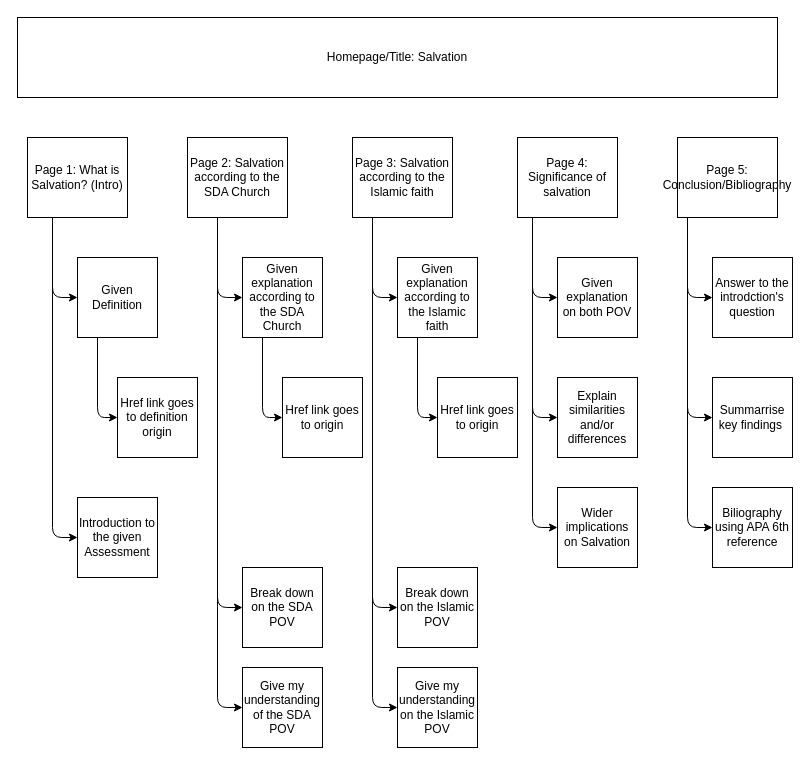
This is sitemap.drawio from Maori-boi/test-website, a draw.io file, before an edit. Source tidied: cells renumbered, new cells numbered last; positions are measured from the earlier drawing's top-left corner, leaving out a move shared by most shapes. Both pictures are drawn from the tidied source at 100%, with x=0, y=0 at pixel (17, 17).
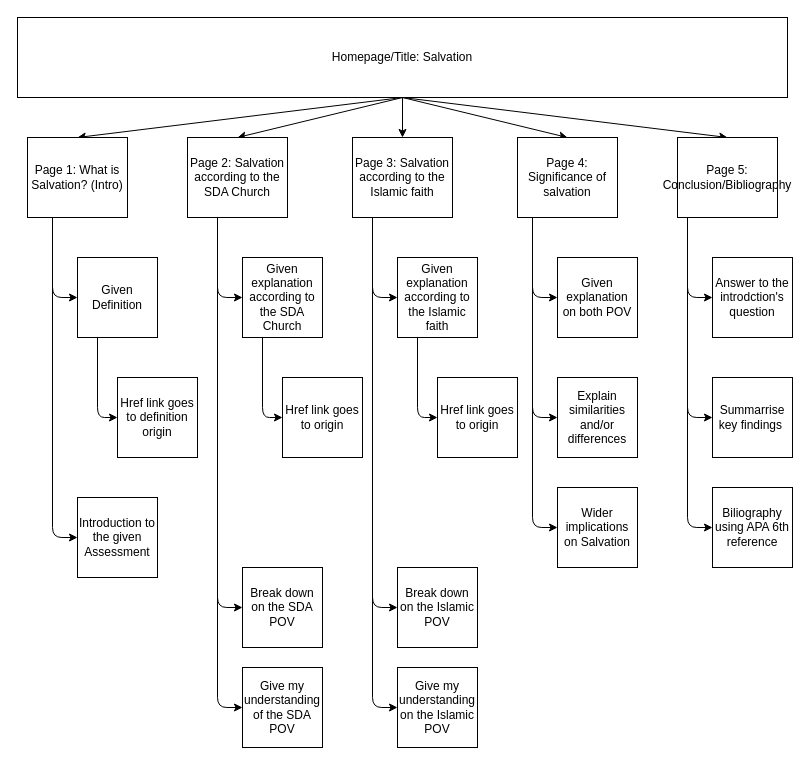
The same diagram, later.

The change refers to these unchanged cells:
```xml
<mxCell id="5" value="Page 1: What is Salvation? (Intro)" style="whiteSpace=wrap;html=1;" parent="1" vertex="1">
  <mxGeometry x="10" y="120" width="100" height="80" as="geometry" />
</mxCell>
<mxCell id="6" value="Page 4: Significance of salvation" style="whiteSpace=wrap;html=1;" parent="1" vertex="1">
  <mxGeometry x="500" y="120" width="100" height="80" as="geometry" />
</mxCell>
<mxCell id="7" value="Page 3: Salvation according to the Islamic faith" style="whiteSpace=wrap;html=1;" parent="1" vertex="1">
  <mxGeometry x="335" y="120" width="100" height="80" as="geometry" />
</mxCell>
<mxCell id="8" value="Page 2: Salvation according to the SDA Church" style="whiteSpace=wrap;html=1;" parent="1" vertex="1">
  <mxGeometry x="170" y="120" width="100" height="80" as="geometry" />
</mxCell>
<mxCell id="9" value="Page 5: Conclusion/Bibliography" style="whiteSpace=wrap;html=1;" parent="1" vertex="1">
  <mxGeometry x="660" y="120" width="100" height="80" as="geometry" />
</mxCell>
```

Change to the diagram source:
```diff
@@
+    <mxCell id="42" style="edgeStyle=none;html=1;exitX=0.5;exitY=1;exitDx=0;exitDy=0;entryX=0.5;entryY=0;entryDx=0;entryDy=0;" parent="1" edge="1" source="2" target="5">
+      <mxGeometry relative="1" as="geometry" />
+    </mxCell>
+    <mxCell id="43" style="edgeStyle=none;html=1;exitX=0.5;exitY=1;exitDx=0;exitDy=0;entryX=0.5;entryY=0;entryDx=0;entryDy=0;" parent="1" edge="1" source="2" target="8">
+      <mxGeometry relative="1" as="geometry" />
+    </mxCell>
+    <mxCell id="44" style="edgeStyle=none;html=1;exitX=0.5;exitY=1;exitDx=0;exitDy=0;entryX=0.5;entryY=0;entryDx=0;entryDy=0;" parent="1" edge="1" source="2" target="7">
+      <mxGeometry relative="1" as="geometry" />
+    </mxCell>
+    <mxCell id="45" style="edgeStyle=none;html=1;exitX=0.5;exitY=1;exitDx=0;exitDy=0;entryX=0.5;entryY=0;entryDx=0;entryDy=0;" parent="1" edge="1" source="2" target="6">
+      <mxGeometry relative="1" as="geometry" />
+    </mxCell>
+    <mxCell id="46" style="edgeStyle=none;html=1;exitX=0.5;exitY=1;exitDx=0;exitDy=0;entryX=0.5;entryY=0;entryDx=0;entryDy=0;" parent="1" edge="1" source="2" target="9">
+      <mxGeometry relative="1" as="geometry" />
+    </mxCell>
     <mxCell id="2" value="Homepage/Title: Salvation" style="whiteSpace=wrap;html=1;" parent="1" vertex="1">
-      <mxGeometry width="760" height="80" as="geometry" />
+      <mxGeometry width="770" height="80" as="geometry" />
     </mxCell>
```
